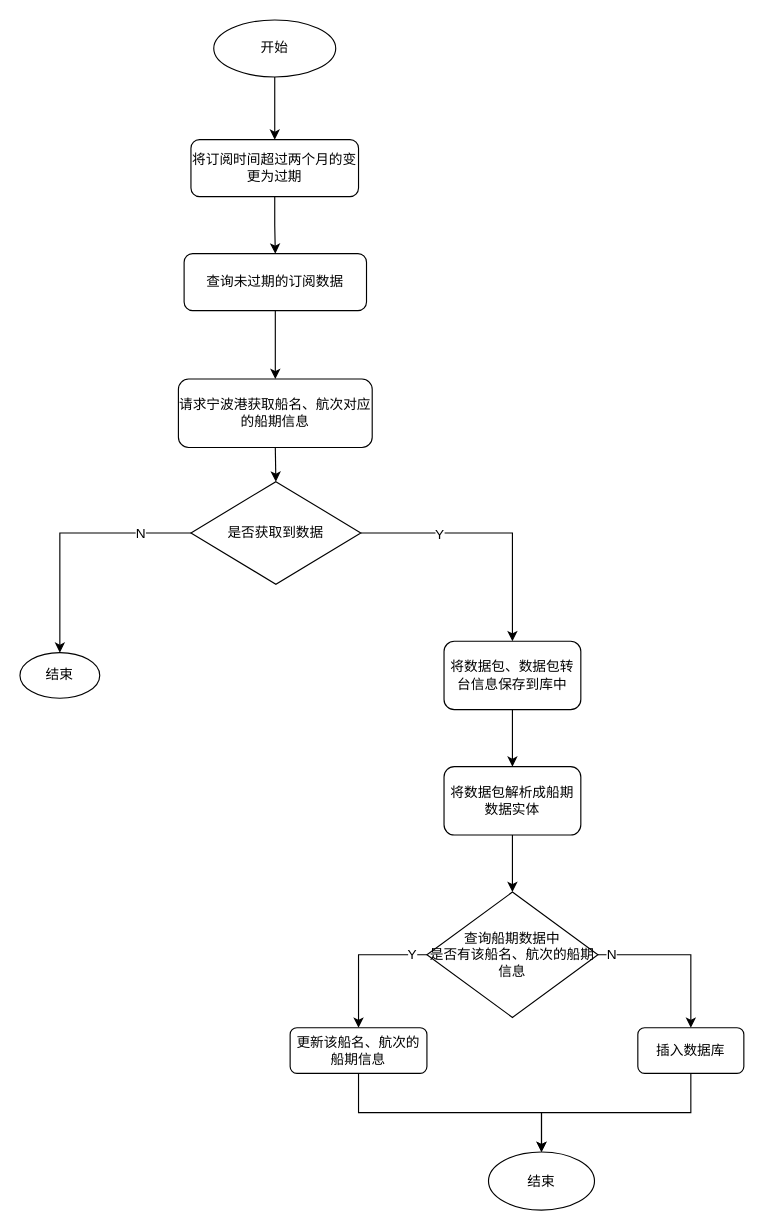
Earlier version of the draw.io diagram port-manager/宁波港获取船期信息定时任务.drawio (caixuecheng/track-drawio). Source tidied: cells renumbered, new cells numbered last; positions are measured from the earlier drawing's top-left corner, leaving out a move shared by most shapes. Both pictures are drawn from the tidied source at 114%, with x=0, y=0 at pixel (19, 19).
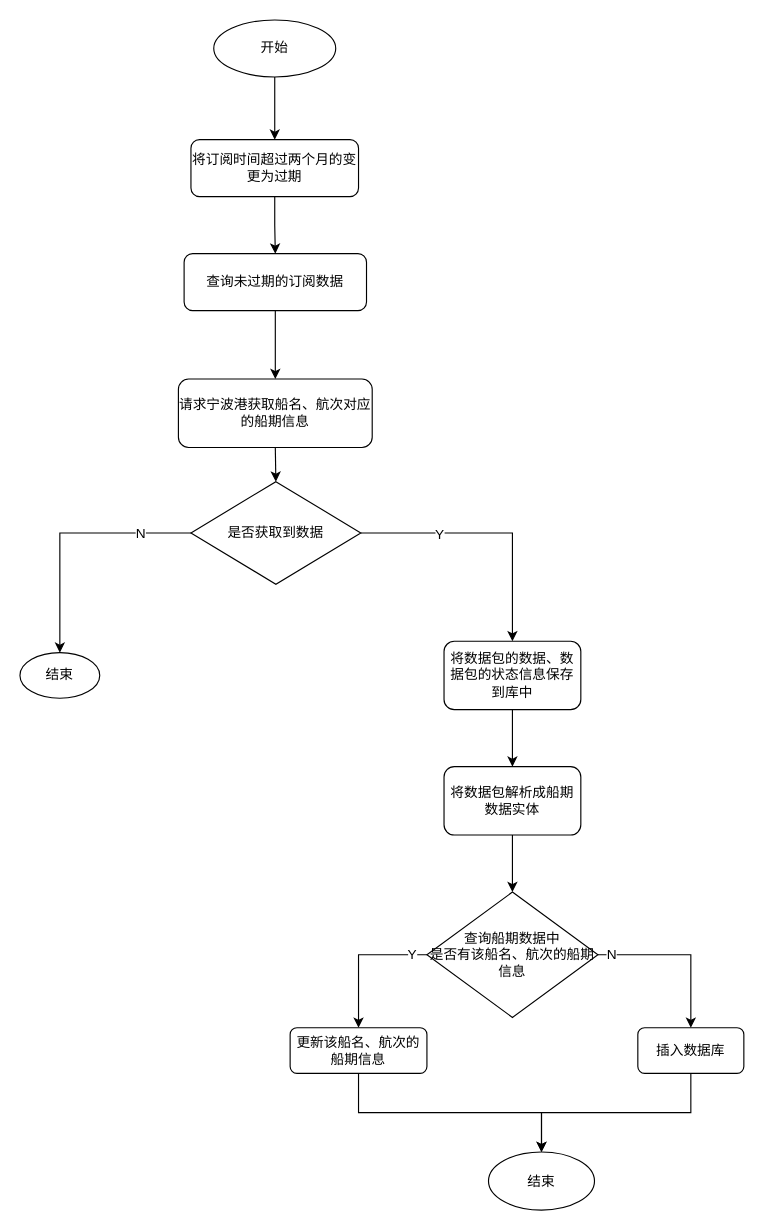
After the change.

Commit message:
更新宁波港获取船期信息定时任务.drawio

The edit, as a diff of the source:
```diff
@@
-    <mxCell id="17" value="将数据包、数据包转台信息保存到库中" style="rounded=1;whiteSpace=wrap;html=1;" parent="1" vertex="1">
+    <mxCell id="17" value="将数据包的数据、数据包的状态信息保存到库中" style="rounded=1;whiteSpace=wrap;html=1;" parent="1" vertex="1">
       <mxGeometry x="372" y="545" width="120" height="60" as="geometry" />
     </mxCell>
```
